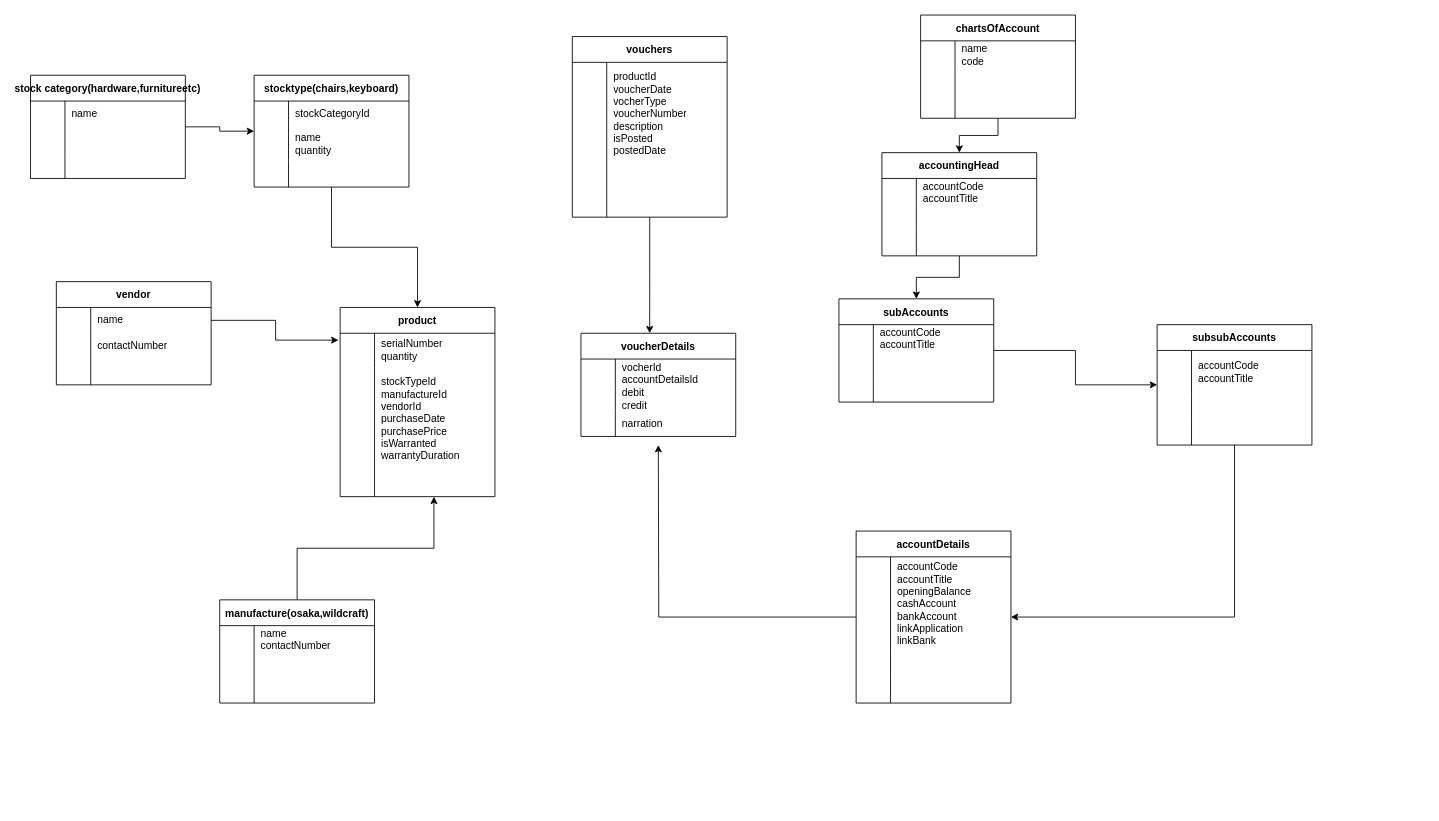
zaryabali786/erdDiagram keeps this draw.io diagram as recievable.drawio. Above is the earlier version. Source tidied: cells renumbered, new cells numbered last; positions are measured from the earlier drawing's top-left corner, leaving out a move shared by most shapes. Both pictures are drawn from the tidied source at 86%, with x=0, y=0 at pixel (30, 15).
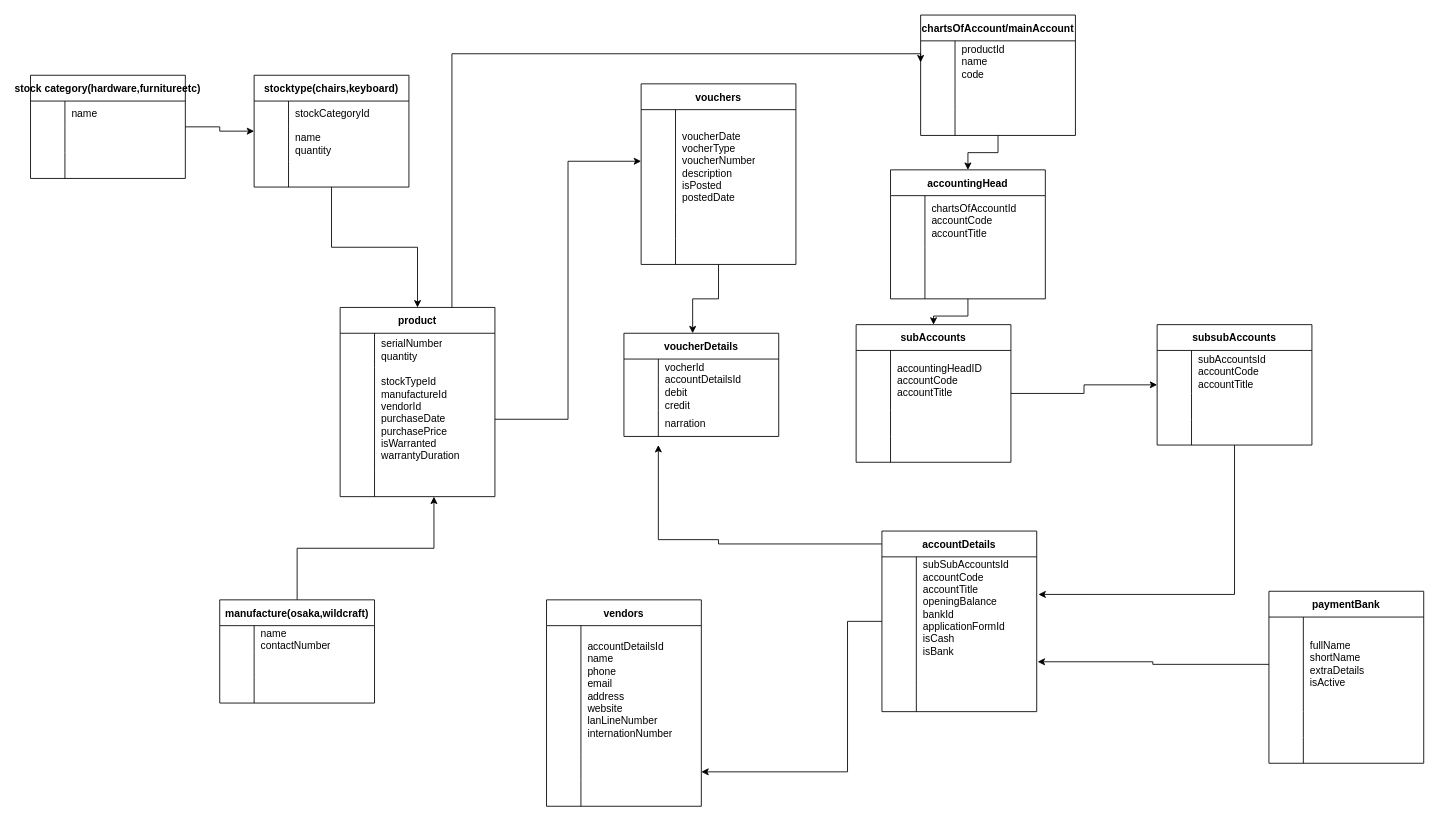
The same diagram, later.

The change refers to these unchanged cells:
```xml
<mxCell id="24" value="product" style="shape=table;startSize=30;childLayout=tableLayout;rowLines=0;fontStyle=1;" parent="1" vertex="1">
  <mxGeometry x="360" y="340" width="180" height="220" as="geometry" />
</mxCell>
<mxCell id="25" style="shape=tableRow;horizontal=0;startSize=0;swimlaneHead=0;swimlaneBody=0;top=0;left=0;bottom=0;right=0;fillColor=none;points=[[0,0.5],[1,0.5]];portConstraint=eastwest;" parent="24" vertex="1">
  <mxGeometry y="30" width="180" height="40" as="geometry" />
</mxCell>
<mxCell id="28" style="shape=tableRow;horizontal=0;startSize=0;swimlaneHead=0;swimlaneBody=0;top=0;left=0;bottom=0;right=0;fillColor=none;points=[[0,0.5],[1,0.5]];portConstraint=eastwest;" parent="24" vertex="1">
  <mxGeometry y="70" width="180" height="120" as="geometry" />
</mxCell>
<mxCell id="90" value="subsubAccounts" style="shape=table;startSize=30;childLayout=tableLayout;rowLines=0;fontStyle=1;" parent="1" vertex="1">
  <mxGeometry x="1310" y="360" width="180" height="140" as="geometry" />
</mxCell>
<mxCell id="91" style="shape=tableRow;horizontal=0;startSize=0;swimlaneHead=0;swimlaneBody=0;top=0;left=0;bottom=0;right=0;fillColor=none;" parent="90" vertex="1">
  <mxGeometry y="30" width="180" height="50" as="geometry" />
</mxCell>
<mxCell id="113" style="shape=tableRow;horizontal=0;startSize=0;swimlaneHead=0;swimlaneBody=0;top=0;left=0;bottom=0;right=0;fillColor=none;points=[[0,0.5],[1,0.5]];portConstraint=eastwest;" parent="112" vertex="1">
  <mxGeometry y="30" width="180" height="120" as="geometry" />
</mxCell>
```

Diff of the diagram source:
```diff
@@
+    <mxCell id="132" style="edgeStyle=orthogonalEdgeStyle;rounded=0;jettySize=auto;html=1;entryX=0;entryY=0.5;entryDx=0;entryDy=0;" parent="1" edge="1" source="24" target="58">
+      <mxGeometry relative="1" as="geometry">
+        <Array as="points">
+          <mxPoint x="490" y="45" />
+        </Array>
+      </mxGeometry>
+    </mxCell>
@@
-    <mxCell id="34" value="vendor" style="shape=table;startSize=30;childLayout=tableLayout;rowLines=0;fontStyle=1;" parent="1" vertex="1">
-      <mxGeometry x="30" y="310" width="180" height="120" as="geometry" />
-    </mxCell>
-    <mxCell id="35" style="shape=tableRow;horizontal=0;startSize=0;swimlaneHead=0;swimlaneBody=0;top=0;left=0;bottom=0;right=0;fillColor=none;points=[[0,0.5],[1,0.5]];portConstraint=eastwest;" parent="34" vertex="1">
-      <mxGeometry y="30" width="180" height="30" as="geometry" />
-    </mxCell>
-    <mxCell id="36" style="shape=partialRectangle;html=1;whiteSpace=wrap;fillColor=none;top=0;left=0;bottom=0;right=0;overflow=hidden;" parent="35" vertex="1">
-      <mxGeometry width="40" height="30" as="geometry" />
-    </mxCell>
-    <mxCell id="37" value="name" style="shape=partialRectangle;html=1;whiteSpace=wrap;fillColor=none;top=0;left=0;bottom=0;right=0;align=left;spacingLeft=6;overflow=hidden;" parent="35" vertex="1">
-      <mxGeometry x="40" width="140" height="30" as="geometry" />
-    </mxCell>
-    <mxCell id="38" style="shape=tableRow;horizontal=0;startSize=0;swimlaneHead=0;swimlaneBody=0;top=0;left=0;bottom=0;right=0;fillColor=none;" parent="34" vertex="1">
-      <mxGeometry y="60" width="180" height="30" as="geometry" />
-    </mxCell>
-    <mxCell id="39" style="shape=partialRectangle;html=1;whiteSpace=wrap;fillColor=none;top=0;left=0;bottom=0;right=0;overflow=hidden;" parent="38" vertex="1">
-      <mxGeometry width="40" height="30" as="geometry" />
-    </mxCell>
-    <mxCell id="40" value="contactNumber" style="shape=partialRectangle;html=1;whiteSpace=wrap;fillColor=none;top=0;left=0;bottom=0;right=0;align=left;spacingLeft=6;overflow=hidden;" parent="38" vertex="1">
-      <mxGeometry x="40" width="140" height="30" as="geometry" />
-    </mxCell>
-    <mxCell id="41" style="shape=tableRow;horizontal=0;startSize=0;swimlaneHead=0;swimlaneBody=0;top=0;left=0;bottom=0;right=0;fillColor=none;" parent="34" vertex="1">
-      <mxGeometry y="90" width="180" height="30" as="geometry" />
-    </mxCell>
-    <mxCell id="42" style="shape=partialRectangle;html=1;whiteSpace=wrap;fillColor=none;top=0;left=0;bottom=0;right=0;overflow=hidden;" parent="41" vertex="1">
-      <mxGeometry width="40" height="30" as="geometry" />
-    </mxCell>
-    <mxCell id="43" style="shape=partialRectangle;html=1;whiteSpace=wrap;fillColor=none;top=0;left=0;bottom=0;right=0;align=left;spacingLeft=6;overflow=hidden;" parent="41" vertex="1">
-      <mxGeometry x="40" width="140" height="30" as="geometry" />
-    </mxCell>
@@
-    <mxCell id="55" style="edgeStyle=orthogonalEdgeStyle;rounded=0;jettySize=auto;html=1;entryX=-0.011;entryY=0.2;entryDx=0;entryDy=0;entryPerimeter=0;" parent="1" edge="1" source="35" target="25">
-      <mxGeometry relative="1" as="geometry" />
-    </mxCell>
@@
-    <mxCell id="57" value="chartsOfAccount" style="shape=table;startSize=30;childLayout=tableLayout;rowLines=0;fontStyle=1;" parent="1" vertex="1">
-      <mxGeometry x="1035" width="180" height="120" as="geometry" />
+    <mxCell id="57" value="chartsOfAccount/mainAccount" style="shape=table;startSize=30;childLayout=tableLayout;rowLines=0;fontStyle=1;" parent="1" vertex="1">
+      <mxGeometry x="1035" width="180" height="140" as="geometry" />
     </mxCell>
     <mxCell id="58" style="shape=tableRow;horizontal=0;startSize=0;swimlaneHead=0;swimlaneBody=0;top=0;left=0;bottom=0;right=0;fillColor=none;points=[[0,0.5],[1,0.5]];portConstraint=eastwest;" parent="57" vertex="1">
-      <mxGeometry y="30" width="180" height="30" as="geometry" />
+      <mxGeometry y="30" width="180" height="50" as="geometry" />
     </mxCell>
     <mxCell id="59" style="shape=partialRectangle;html=1;whiteSpace=wrap;fillColor=none;top=0;left=0;bottom=0;right=0;overflow=hidden;" parent="58" vertex="1">
-      <mxGeometry width="40" height="30" as="geometry" />
+      <mxGeometry width="40" height="50" as="geometry" />
     </mxCell>
-    <mxCell id="60" value="name&lt;br&gt;code" style="shape=partialRectangle;html=1;whiteSpace=wrap;fillColor=none;top=0;left=0;bottom=0;right=0;align=left;spacingLeft=6;overflow=hidden;" parent="58" vertex="1">
-      <mxGeometry x="40" width="140" height="30" as="geometry" />
+    <mxCell id="60" value="productId&lt;br&gt;name&lt;br&gt;code" style="shape=partialRectangle;html=1;whiteSpace=wrap;fillColor=none;top=0;left=0;bottom=0;right=0;align=left;spacingLeft=6;overflow=hidden;" parent="58" vertex="1">
+      <mxGeometry x="40" width="140" height="50" as="geometry" />
     </mxCell>
     <mxCell id="61" style="shape=tableRow;horizontal=0;startSize=0;swimlaneHead=0;swimlaneBody=0;top=0;left=0;bottom=0;right=0;fillColor=none;" parent="57" vertex="1">
-      <mxGeometry y="60" width="180" height="30" as="geometry" />
+      <mxGeometry y="80" width="180" height="30" as="geometry" />
     </mxCell>
@@
     <mxCell id="64" style="shape=tableRow;horizontal=0;startSize=0;swimlaneHead=0;swimlaneBody=0;top=0;left=0;bottom=0;right=0;fillColor=none;" parent="57" vertex="1">
-      <mxGeometry y="90" width="180" height="30" as="geometry" />
+      <mxGeometry y="110" width="180" height="30" as="geometry" />
     </mxCell>
@@
     <mxCell id="68" value="accountingHead" style="shape=table;startSize=30;childLayout=tableLayout;rowLines=0;fontStyle=1;" parent="1" vertex="1">
-      <mxGeometry x="990" y="160" width="180" height="120" as="geometry" />
+      <mxGeometry x="1000" y="180" width="180" height="150" as="geometry" />
     </mxCell>
     <mxCell id="69" style="shape=tableRow;horizontal=0;startSize=0;swimlaneHead=0;swimlaneBody=0;top=0;left=0;bottom=0;right=0;fillColor=none;" parent="68" vertex="1">
-      <mxGeometry y="30" width="180" height="30" as="geometry" />
+      <mxGeometry y="30" width="180" height="60" as="geometry" />
     </mxCell>
     <mxCell id="70" style="shape=partialRectangle;html=1;whiteSpace=wrap;fillColor=none;top=0;left=0;bottom=0;right=0;overflow=hidden;" parent="69" vertex="1">
-      <mxGeometry width="40" height="30" as="geometry" />
+      <mxGeometry width="40" height="60" as="geometry" />
     </mxCell>
-    <mxCell id="71" value="accountCode&lt;br&gt;accountTitle" style="shape=partialRectangle;html=1;whiteSpace=wrap;fillColor=none;top=0;left=0;bottom=0;right=0;align=left;spacingLeft=6;overflow=hidden;" parent="69" vertex="1">
-      <mxGeometry x="40" width="140" height="30" as="geometry" />
+    <mxCell id="71" value="chartsOfAccountId&lt;br&gt;accountCode&lt;br&gt;accountTitle" style="shape=partialRectangle;html=1;whiteSpace=wrap;fillColor=none;top=0;left=0;bottom=0;right=0;align=left;spacingLeft=6;overflow=hidden;" parent="69" vertex="1">
+      <mxGeometry x="40" width="140" height="60" as="geometry" />
     </mxCell>
     <mxCell id="72" style="shape=tableRow;horizontal=0;startSize=0;swimlaneHead=0;swimlaneBody=0;top=0;left=0;bottom=0;right=0;fillColor=none;" parent="68" vertex="1">
-      <mxGeometry y="60" width="180" height="30" as="geometry" />
+      <mxGeometry y="90" width="180" height="30" as="geometry" />
     </mxCell>
@@
     <mxCell id="75" style="shape=tableRow;horizontal=0;startSize=0;swimlaneHead=0;swimlaneBody=0;top=0;left=0;bottom=0;right=0;fillColor=none;" parent="68" vertex="1">
-      <mxGeometry y="90" width="180" height="30" as="geometry" />
+      <mxGeometry y="120" width="180" height="30" as="geometry" />
     </mxCell>
@@
     <mxCell id="79" value="subAccounts" style="shape=table;startSize=30;childLayout=tableLayout;rowLines=0;fontStyle=1;" parent="1" vertex="1">
-      <mxGeometry x="940" y="330" width="180" height="120" as="geometry" />
+      <mxGeometry x="960" y="360" width="180" height="160" as="geometry" />
     </mxCell>
     <mxCell id="80" style="shape=tableRow;horizontal=0;startSize=0;swimlaneHead=0;swimlaneBody=0;top=0;left=0;bottom=0;right=0;fillColor=none;" parent="79" vertex="1">
-      <mxGeometry y="30" width="180" height="30" as="geometry" />
+      <mxGeometry y="30" width="180" height="70" as="geometry" />
     </mxCell>
     <mxCell id="81" style="shape=partialRectangle;html=1;whiteSpace=wrap;fillColor=none;top=0;left=0;bottom=0;right=0;overflow=hidden;" parent="80" vertex="1">
-      <mxGeometry width="40" height="30" as="geometry" />
+      <mxGeometry width="40" height="70" as="geometry" />
     </mxCell>
-    <mxCell id="82" value="accountCode&lt;br&gt;accountTitle" style="shape=partialRectangle;html=1;whiteSpace=wrap;fillColor=none;top=0;left=0;bottom=0;right=0;align=left;spacingLeft=6;overflow=hidden;" parent="80" vertex="1">
-      <mxGeometry x="40" width="140" height="30" as="geometry" />
+    <mxCell id="82" value="accountingHeadID&lt;br&gt;accountCode&lt;br&gt;accountTitle" style="shape=partialRectangle;html=1;whiteSpace=wrap;fillColor=none;top=0;left=0;bottom=0;right=0;align=left;spacingLeft=6;overflow=hidden;" parent="80" vertex="1">
+      <mxGeometry x="40" width="140" height="70" as="geometry" />
     </mxCell>
     <mxCell id="83" style="shape=tableRow;horizontal=0;startSize=0;swimlaneHead=0;swimlaneBody=0;top=0;left=0;bottom=0;right=0;fillColor=none;" parent="79" vertex="1">
-      <mxGeometry y="60" width="180" height="30" as="geometry" />
+      <mxGeometry y="100" width="180" height="30" as="geometry" />
     </mxCell>
@@
     <mxCell id="86" style="shape=tableRow;horizontal=0;startSize=0;swimlaneHead=0;swimlaneBody=0;top=0;left=0;bottom=0;right=0;fillColor=none;" parent="79" vertex="1">
-      <mxGeometry y="90" width="180" height="30" as="geometry" />
+      <mxGeometry y="130" width="180" height="30" as="geometry" />
     </mxCell>
@@
-    <mxCell id="89" style="edgeStyle=orthogonalEdgeStyle;rounded=0;jettySize=auto;html=1;" parent="1" edge="1" source="90" target="101">
-      <mxGeometry relative="1" as="geometry">
-        <Array as="points">
-          <mxPoint x="1400" y="700" />
-        </Array>
-      </mxGeometry>
-    </mxCell>
+    <mxCell id="133" style="edgeStyle=orthogonalEdgeStyle;rounded=0;jettySize=auto;html=1;entryX=1.011;entryY=0.364;entryDx=0;entryDy=0;entryPerimeter=0;" parent="1" edge="1" source="90" target="102">
+      <mxGeometry relative="1" as="geometry" />
+    </mxCell>
@@
-    <mxCell id="93" value="accountCode&lt;br&gt;accountTitle&lt;br&gt;" style="shape=partialRectangle;html=1;whiteSpace=wrap;fillColor=none;top=0;left=0;bottom=0;right=0;align=left;spacingLeft=6;overflow=hidden;" parent="91" vertex="1">
+    <mxCell id="93" value="subAccountsId&lt;br&gt;accountCode&lt;br&gt;accountTitle" style="shape=partialRectangle;html=1;whiteSpace=wrap;fillColor=none;top=0;left=0;bottom=0;right=0;align=left;spacingLeft=6;overflow=hidden;" parent="91" vertex="1">
       <mxGeometry x="40" width="140" height="50" as="geometry" />
     </mxCell>
@@
     <mxCell id="100" style="edgeStyle=orthogonalEdgeStyle;rounded=0;jettySize=auto;html=1;" parent="1" edge="1" source="101">
       <mxGeometry relative="1" as="geometry">
         <mxPoint x="730" y="500" as="targetPoint" />
+        <Array as="points">
+          <mxPoint x="800" y="615" />
+          <mxPoint x="800" y="610" />
+          <mxPoint x="730" y="610" />
+        </Array>
       </mxGeometry>
     </mxCell>
+    <mxCell id="134" style="edgeStyle=orthogonalEdgeStyle;rounded=0;jettySize=auto;html=1;" parent="1" edge="1" source="101" target="145">
+      <mxGeometry relative="1" as="geometry">
+        <Array as="points">
+          <mxPoint x="950" y="880" />
+        </Array>
+      </mxGeometry>
+    </mxCell>
     <mxCell id="101" value="accountDetails" style="shape=table;startSize=30;childLayout=tableLayout;rowLines=0;fontStyle=1;" parent="1" vertex="1">
-      <mxGeometry x="960" y="600" width="180" height="200" as="geometry" />
+      <mxGeometry x="990" y="600" width="180" height="210" as="geometry" />
     </mxCell>
     <mxCell id="102" style="shape=tableRow;horizontal=0;startSize=0;swimlaneHead=0;swimlaneBody=0;top=0;left=0;bottom=0;right=0;fillColor=none;points=[[0,0.5],[1,0.5]];portConstraint=eastwest;" parent="101" vertex="1">
-      <mxGeometry y="30" width="180" height="110" as="geometry" />
+      <mxGeometry y="30" width="180" height="120" as="geometry" />
     </mxCell>
     <mxCell id="103" style="shape=partialRectangle;html=1;whiteSpace=wrap;fillColor=none;top=0;left=0;bottom=0;right=0;overflow=hidden;" parent="102" vertex="1">
-      <mxGeometry width="40" height="110" as="geometry" />
+      <mxGeometry width="40" height="120" as="geometry" />
     </mxCell>
-    <mxCell id="104" value="accountCode&lt;br&gt;accountTitle&lt;br&gt;openingBalance&lt;br&gt;cashAccount&lt;br&gt;bankAccount&lt;br&gt;linkApplication&lt;br&gt;linkBank" style="shape=partialRectangle;html=1;whiteSpace=wrap;fillColor=none;top=0;left=0;bottom=0;right=0;align=left;spacingLeft=6;overflow=hidden;" parent="102" vertex="1">
-      <mxGeometry x="40" width="140" height="110" as="geometry" />
+    <mxCell id="104" value="subSubAccountsId&lt;br&gt;accountCode&lt;br&gt;accountTitle&lt;br&gt;openingBalance&lt;br&gt;bankId&lt;br&gt;applicationFormId&lt;br&gt;isCash&lt;br&gt;isBank" style="shape=partialRectangle;html=1;whiteSpace=wrap;fillColor=none;top=0;left=0;bottom=0;right=0;align=left;spacingLeft=6;overflow=hidden;" parent="102" vertex="1">
+      <mxGeometry x="40" width="140" height="120" as="geometry" />
     </mxCell>
     <mxCell id="105" style="shape=tableRow;horizontal=0;startSize=0;swimlaneHead=0;swimlaneBody=0;top=0;left=0;bottom=0;right=0;fillColor=none;points=[[0,0.5],[1,0.5]];portConstraint=eastwest;" parent="101" vertex="1">
-      <mxGeometry y="140" width="180" height="30" as="geometry" />
+      <mxGeometry y="150" width="180" height="30" as="geometry" />
     </mxCell>
@@
     <mxCell id="108" style="shape=tableRow;horizontal=0;startSize=0;swimlaneHead=0;swimlaneBody=0;top=0;left=0;bottom=0;right=0;fillColor=none;" parent="101" vertex="1">
-      <mxGeometry y="170" width="180" height="30" as="geometry" />
+      <mxGeometry y="180" width="180" height="30" as="geometry" />
     </mxCell>
@@
     <mxCell id="112" value="vouchers" style="shape=table;startSize=30;childLayout=tableLayout;rowLines=0;fontStyle=1;" parent="1" vertex="1">
-      <mxGeometry x="630" y="25" width="180" height="210" as="geometry" />
+      <mxGeometry x="710" y="80" width="180" height="210" as="geometry" />
     </mxCell>
@@
-    <mxCell id="115" value="productId&lt;br&gt;voucherDate&lt;br&gt;vocherType&lt;br&gt;voucherNumber&lt;br&gt;description&lt;br&gt;isPosted&lt;br&gt;postedDate" style="shape=partialRectangle;html=1;whiteSpace=wrap;fillColor=none;top=0;left=0;bottom=0;right=0;align=left;spacingLeft=6;overflow=hidden;" parent="113" vertex="1">
+    <mxCell id="115" value="&lt;br&gt;voucherDate&lt;br&gt;vocherType&lt;br&gt;voucherNumber&lt;br&gt;description&lt;br&gt;isPosted&lt;br&gt;postedDate" style="shape=partialRectangle;html=1;whiteSpace=wrap;fillColor=none;top=0;left=0;bottom=0;right=0;align=left;spacingLeft=6;overflow=hidden;" parent="113" vertex="1">
       <mxGeometry x="40" width="140" height="120" as="geometry" />
     </mxCell>
@@
     <mxCell id="122" value="voucherDetails" style="shape=table;startSize=30;childLayout=tableLayout;rowLines=0;fontStyle=1;" parent="1" vertex="1">
-      <mxGeometry x="640" y="370" width="180" height="120" as="geometry" />
+      <mxGeometry x="690" y="370" width="180" height="120" as="geometry" />
     </mxCell>
@@
+    <mxCell id="135" value="paymentBank" style="shape=table;startSize=30;childLayout=tableLayout;rowLines=0;fontStyle=1;" parent="1" vertex="1">
+      <mxGeometry x="1440" y="670" width="180" height="200" as="geometry" />
+    </mxCell>
+    <mxCell id="136" style="shape=tableRow;horizontal=0;startSize=0;swimlaneHead=0;swimlaneBody=0;top=0;left=0;bottom=0;right=0;fillColor=none;points=[[0,0.5],[1,0.5]];portConstraint=eastwest;" parent="135" vertex="1">
+      <mxGeometry y="30" width="180" height="110" as="geometry" />
+    </mxCell>
+    <mxCell id="137" style="shape=partialRectangle;html=1;whiteSpace=wrap;fillColor=none;top=0;left=0;bottom=0;right=0;overflow=hidden;" parent="136" vertex="1">
+      <mxGeometry width="40" height="110" as="geometry" />
+    </mxCell>
+    <mxCell id="138" value="fullName&lt;br&gt;shortName&lt;br&gt;extraDetails&lt;br&gt;isActive&lt;br&gt;" style="shape=partialRectangle;html=1;whiteSpace=wrap;fillColor=none;top=0;left=0;bottom=0;right=0;align=left;spacingLeft=6;overflow=hidden;" parent="136" vertex="1">
+      <mxGeometry x="40" width="140" height="110" as="geometry" />
+    </mxCell>
+    <mxCell id="139" style="shape=tableRow;horizontal=0;startSize=0;swimlaneHead=0;swimlaneBody=0;top=0;left=0;bottom=0;right=0;fillColor=none;" parent="135" vertex="1">
+      <mxGeometry y="140" width="180" height="30" as="geometry" />
+    </mxCell>
+    <mxCell id="140" style="shape=partialRectangle;html=1;whiteSpace=wrap;fillColor=none;top=0;left=0;bottom=0;right=0;overflow=hidden;" parent="139" vertex="1">
+      <mxGeometry width="40" height="30" as="geometry" />
+    </mxCell>
+    <mxCell id="141" style="shape=partialRectangle;html=1;whiteSpace=wrap;fillColor=none;top=0;left=0;bottom=0;right=0;align=left;spacingLeft=6;overflow=hidden;" parent="139" vertex="1">
+      <mxGeometry x="40" width="140" height="30" as="geometry" />
+    </mxCell>
+    <mxCell id="142" style="shape=tableRow;horizontal=0;startSize=0;swimlaneHead=0;swimlaneBody=0;top=0;left=0;bottom=0;right=0;fillColor=none;" parent="135" vertex="1">
+      <mxGeometry y="170" width="180" height="30" as="geometry" />
+    </mxCell>
+    <mxCell id="143" style="shape=partialRectangle;html=1;whiteSpace=wrap;fillColor=none;top=0;left=0;bottom=0;right=0;overflow=hidden;" parent="142" vertex="1">
+      <mxGeometry width="40" height="30" as="geometry" />
+    </mxCell>
+    <mxCell id="144" style="shape=partialRectangle;html=1;whiteSpace=wrap;fillColor=none;top=0;left=0;bottom=0;right=0;align=left;spacingLeft=6;overflow=hidden;" parent="142" vertex="1">
+      <mxGeometry x="40" width="140" height="30" as="geometry" />
+    </mxCell>
+    <mxCell id="145" value="vendors" style="shape=table;startSize=30;childLayout=tableLayout;rowLines=0;fontStyle=1;" parent="1" vertex="1">
+      <mxGeometry x="600" y="680" width="180" height="240" as="geometry" />
+    </mxCell>
+    <mxCell id="146" style="shape=tableRow;horizontal=0;startSize=0;swimlaneHead=0;swimlaneBody=0;top=0;left=0;bottom=0;right=0;fillColor=none;" parent="145" vertex="1">
+      <mxGeometry y="30" width="180" height="150" as="geometry" />
+    </mxCell>
+    <mxCell id="147" style="shape=partialRectangle;html=1;whiteSpace=wrap;fillColor=none;top=0;left=0;bottom=0;right=0;overflow=hidden;" parent="146" vertex="1">
+      <mxGeometry width="40" height="150" as="geometry" />
+    </mxCell>
+    <mxCell id="148" value="accountDetailsId&lt;br&gt;name&lt;br&gt;phone&lt;br&gt;email&lt;br&gt;address&lt;br&gt;website&lt;br&gt;lanLineNumber&lt;br&gt;internationNumber&lt;br&gt;" style="shape=partialRectangle;html=1;whiteSpace=wrap;fillColor=none;top=0;left=0;bottom=0;right=0;align=left;spacingLeft=6;overflow=hidden;" parent="146" vertex="1">
+      <mxGeometry x="40" width="140" height="150" as="geometry" />
+    </mxCell>
+    <mxCell id="149" style="shape=tableRow;horizontal=0;startSize=0;swimlaneHead=0;swimlaneBody=0;top=0;left=0;bottom=0;right=0;fillColor=none;" parent="145" vertex="1">
+      <mxGeometry y="180" width="180" height="30" as="geometry" />
+    </mxCell>
+    <mxCell id="150" style="shape=partialRectangle;html=1;whiteSpace=wrap;fillColor=none;top=0;left=0;bottom=0;right=0;overflow=hidden;" parent="149" vertex="1">
+      <mxGeometry width="40" height="30" as="geometry" />
+    </mxCell>
+    <mxCell id="151" style="shape=partialRectangle;html=1;whiteSpace=wrap;fillColor=none;top=0;left=0;bottom=0;right=0;align=left;spacingLeft=6;overflow=hidden;" parent="149" vertex="1">
+      <mxGeometry x="40" width="140" height="30" as="geometry" />
+    </mxCell>
+    <mxCell id="152" style="shape=tableRow;horizontal=0;startSize=0;swimlaneHead=0;swimlaneBody=0;top=0;left=0;bottom=0;right=0;fillColor=none;" parent="145" vertex="1">
+      <mxGeometry y="210" width="180" height="30" as="geometry" />
+    </mxCell>
+    <mxCell id="153" style="shape=partialRectangle;html=1;whiteSpace=wrap;fillColor=none;top=0;left=0;bottom=0;right=0;overflow=hidden;" parent="152" vertex="1">
+      <mxGeometry width="40" height="30" as="geometry" />
+    </mxCell>
+    <mxCell id="154" style="shape=partialRectangle;html=1;whiteSpace=wrap;fillColor=none;top=0;left=0;bottom=0;right=0;align=left;spacingLeft=6;overflow=hidden;" parent="152" vertex="1">
+      <mxGeometry x="40" width="140" height="30" as="geometry" />
+    </mxCell>
+    <mxCell id="155" style="edgeStyle=orthogonalEdgeStyle;rounded=0;jettySize=auto;html=1;entryX=1.006;entryY=0.067;entryDx=0;entryDy=0;entryPerimeter=0;" parent="1" edge="1" source="136" target="105">
+      <mxGeometry relative="1" as="geometry" />
+    </mxCell>
+    <mxCell id="156" style="edgeStyle=orthogonalEdgeStyle;rounded=0;jettySize=auto;html=1;entryX=0;entryY=0.5;entryDx=0;entryDy=0;" parent="1" edge="1" source="28" target="113">
+      <mxGeometry relative="1" as="geometry" />
+    </mxCell>
```
